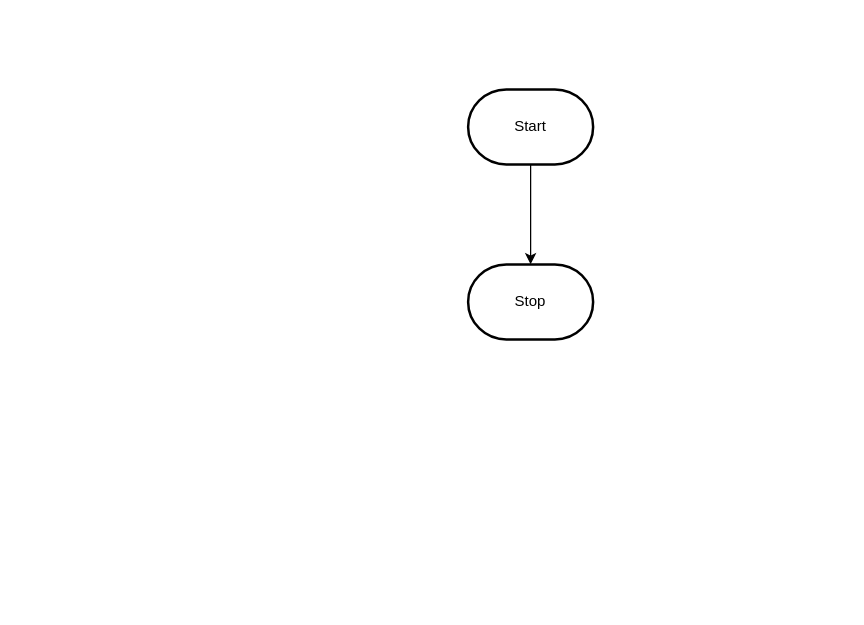
MTHS-TEJ2O-1-2023/TEJ2O-Unit-2-07-daki-atahwalp-antango-boad keeps this draw.io diagram as design/flowchart.drawio. Above is the earlier version. Source tidied: cells renumbered, new cells numbered last; positions are measured from the earlier drawing's top-left corner, leaving out a move shared by most shapes. Both pictures are drawn from the tidied source at 125%, with x=0, y=0 at pixel (468, 89).
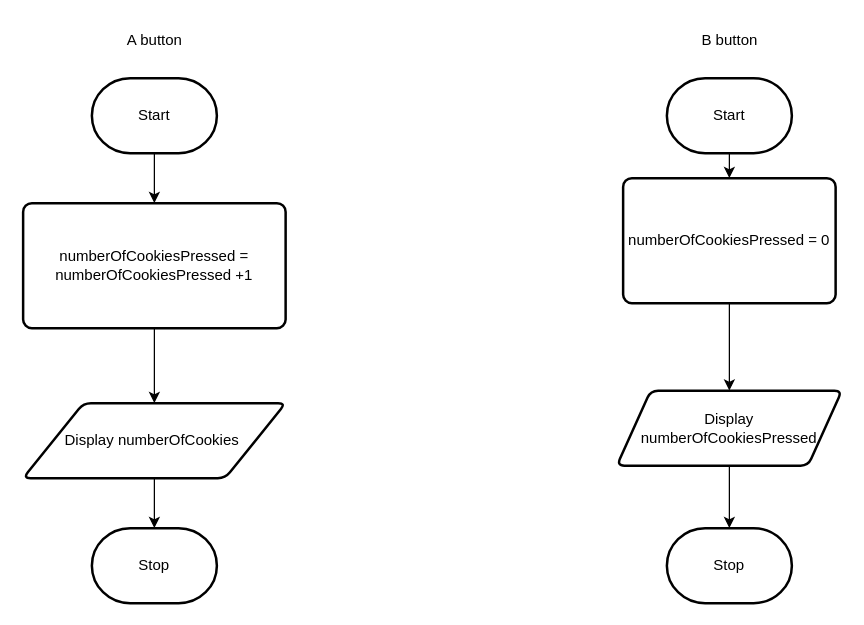
The same page after the edit.

What changed in the source:
```diff
@@
 <mxGraphModel>
   <root>
     <mxCell id="0" />
     <mxCell id="1" parent="0" />
-    <mxCell id="2" style="edgeStyle=orthogonalEdgeStyle;html=1;rounded=0;" parent="1" edge="1" source="3" target="4">
-      <mxGeometry relative="1" as="geometry" />
-    </mxCell>
+    <mxCell id="5" style="edgeStyle=none;html=1;exitX=0.5;exitY=1;exitDx=0;exitDy=0;exitPerimeter=0;" parent="1" edge="1" source="3" target="7">
+      <mxGeometry relative="1" as="geometry" />
+    </mxCell>
     <mxCell id="3" value="Start" style="strokeWidth=2;html=1;shape=mxgraph.flowchart.terminator;whiteSpace=wrap;" parent="1" vertex="1">
-      <mxGeometry width="100" height="60" as="geometry" />
+      <mxGeometry x="-301" y="-9" width="100" height="60" as="geometry" />
     </mxCell>
     <mxCell id="4" value="Stop" style="strokeWidth=2;html=1;shape=mxgraph.flowchart.terminator;whiteSpace=wrap;" parent="1" vertex="1">
-      <mxGeometry y="140" width="100" height="60" as="geometry" />
+      <mxGeometry x="-301" y="351" width="100" height="60" as="geometry" />
     </mxCell>
+    <mxCell id="2" value="A button" style="text;html=1;align=center;verticalAlign=middle;strokeColor=none;fillColor=none;" parent="1" vertex="1">
+      <mxGeometry x="-286" y="-54" width="70" height="30" as="geometry" />
+    </mxCell>
+    <mxCell id="6" style="edgeStyle=none;html=1;exitX=0.5;exitY=1;exitDx=0;exitDy=0;" parent="1" edge="1" source="7" target="9">
+      <mxGeometry relative="1" as="geometry" />
+    </mxCell>
+    <mxCell id="7" value="numberOfCookiesPressed = numberOfCookiesPressed +1" style="rounded=1;whiteSpace=wrap;html=1;absoluteArcSize=1;arcSize=14;strokeWidth=2;" parent="1" vertex="1">
+      <mxGeometry x="-356" y="91" width="210" height="100" as="geometry" />
+    </mxCell>
+    <mxCell id="8" style="edgeStyle=none;html=1;exitX=0.5;exitY=1;exitDx=0;exitDy=0;entryX=0.5;entryY=0;entryDx=0;entryDy=0;entryPerimeter=0;" parent="1" edge="1" source="9" target="4">
+      <mxGeometry relative="1" as="geometry" />
+    </mxCell>
+    <mxCell id="9" value="Display numberOfCookies&amp;nbsp;" style="shape=parallelogram;html=1;strokeWidth=2;perimeter=parallelogramPerimeter;whiteSpace=wrap;rounded=1;arcSize=12;size=0.23;" parent="1" vertex="1">
+      <mxGeometry x="-356" y="251" width="210" height="60" as="geometry" />
+    </mxCell>
+    <mxCell id="10" style="edgeStyle=none;html=1;exitX=0.5;exitY=1;exitDx=0;exitDy=0;exitPerimeter=0;entryX=0.5;entryY=0;entryDx=0;entryDy=0;" parent="1" edge="1" source="11" target="14">
+      <mxGeometry relative="1" as="geometry" />
+    </mxCell>
+    <mxCell id="11" value="Start" style="strokeWidth=2;html=1;shape=mxgraph.flowchart.terminator;whiteSpace=wrap;" parent="1" vertex="1">
+      <mxGeometry x="159" y="-9" width="100" height="60" as="geometry" />
+    </mxCell>
+    <mxCell id="12" value="B button" style="text;html=1;align=center;verticalAlign=middle;strokeColor=none;fillColor=none;" parent="1" vertex="1">
+      <mxGeometry x="174" y="-54" width="70" height="30" as="geometry" />
+    </mxCell>
+    <mxCell id="13" style="edgeStyle=none;html=1;exitX=0.5;exitY=1;exitDx=0;exitDy=0;entryX=0.5;entryY=0;entryDx=0;entryDy=0;" parent="1" edge="1" source="14" target="16">
+      <mxGeometry relative="1" as="geometry" />
+    </mxCell>
+    <mxCell id="14" value="numberOfCookiesPressed = 0" style="rounded=1;whiteSpace=wrap;html=1;absoluteArcSize=1;arcSize=14;strokeWidth=2;" parent="1" vertex="1">
+      <mxGeometry x="124" y="71" width="170" height="100" as="geometry" />
+    </mxCell>
+    <mxCell id="15" style="edgeStyle=none;html=1;exitX=0.5;exitY=1;exitDx=0;exitDy=0;entryX=0.5;entryY=0;entryDx=0;entryDy=0;entryPerimeter=0;" parent="1" edge="1" source="16" target="17">
+      <mxGeometry relative="1" as="geometry" />
+    </mxCell>
+    <mxCell id="16" value="Display numberOfCookiesPressed" style="shape=parallelogram;html=1;strokeWidth=2;perimeter=parallelogramPerimeter;whiteSpace=wrap;rounded=1;arcSize=12;size=0.15000000000000002;" parent="1" vertex="1">
+      <mxGeometry x="119" y="241" width="180" height="60" as="geometry" />
+    </mxCell>
+    <mxCell id="17" value="Stop" style="strokeWidth=2;html=1;shape=mxgraph.flowchart.terminator;whiteSpace=wrap;" parent="1" vertex="1">
+      <mxGeometry x="159" y="351" width="100" height="60" as="geometry" />
+    </mxCell>
   </root>
 </mxGraphModel>
```
